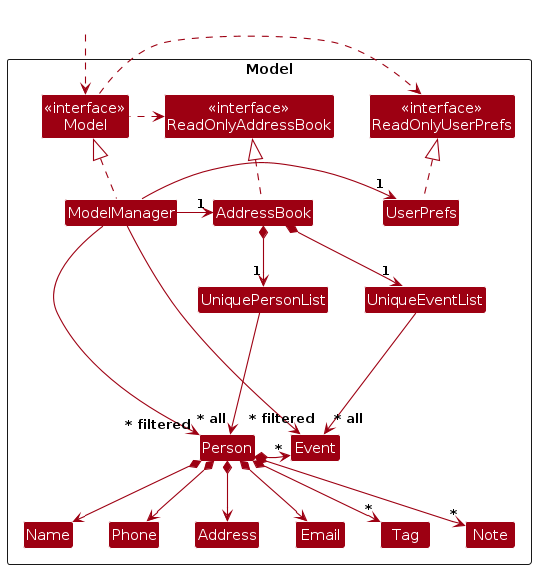
The PlantUML diagram diagrams/ModelClassDiagram.png in AY2324S1-CS2103T-W16-1/tp, before a commit. Its source is kept beside it as diagrams/ModelClassDiagram.puml.
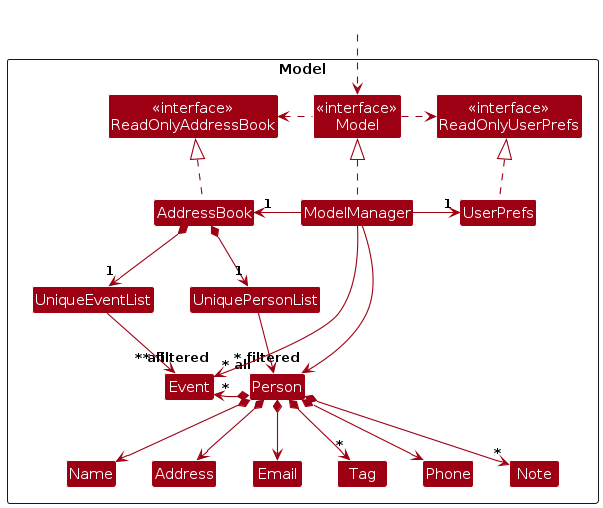
The same file after the commit.

The edit, as a diff of the source:
```diff
@@ -41,7 +41,7 @@
 AddressBook *--> "1" UniquePersonList
 AddressBook *--> "1" UniqueEventList
 UniquePersonList --> "~* all" Person
-UniqueEventList --> "~* all" Event
+UniqueEventList -down-> "~* all" Event
 Person *--> Name
 Person *--> Phone
 Person *--> Email
@@ -50,10 +50,9 @@
 Person *--> "*" Note
 Person *--> "*" Event
 
-Person -[hidden]up--> I
-UniquePersonList -[hidden]right-> I
 UniqueEventList -[hidden]right-> UniquePersonList
-
+ModelManager -[hidden]down-> UniquePersonList
+Event -[hidden]down-> Name
 Event -[hidden]right-> Person
 Name -[hidden]right-> Phone
 Phone -[hidden]right-> Address
```
